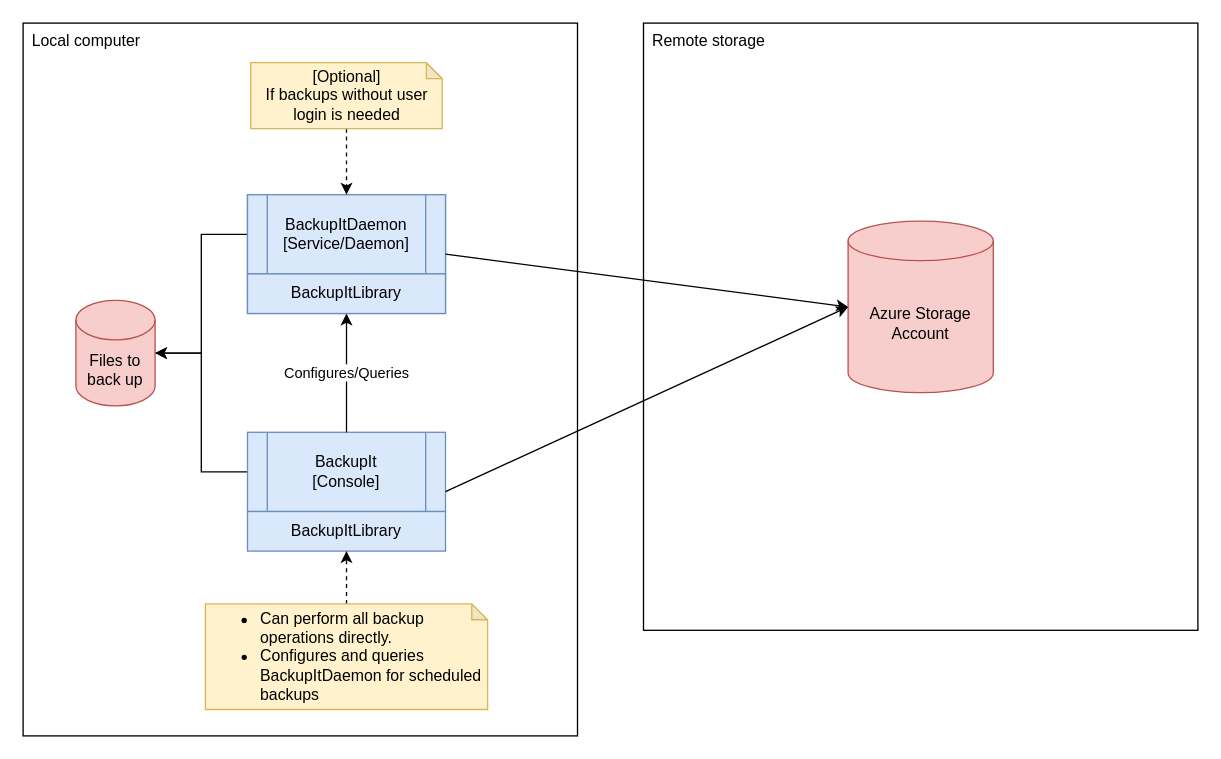
Earlier version of the draw.io diagram page "Context" (1 of 3) of Documents/Design diagrams.drawio (tommysundling/backup-it). Source tidied: cells renumbered, new cells numbered last; positions are measured from the earlier drawing's top-left corner, leaving out a move shared by most shapes. Both pictures are drawn from the tidied source at 132%, with x=0, y=0 at pixel (22, 22).
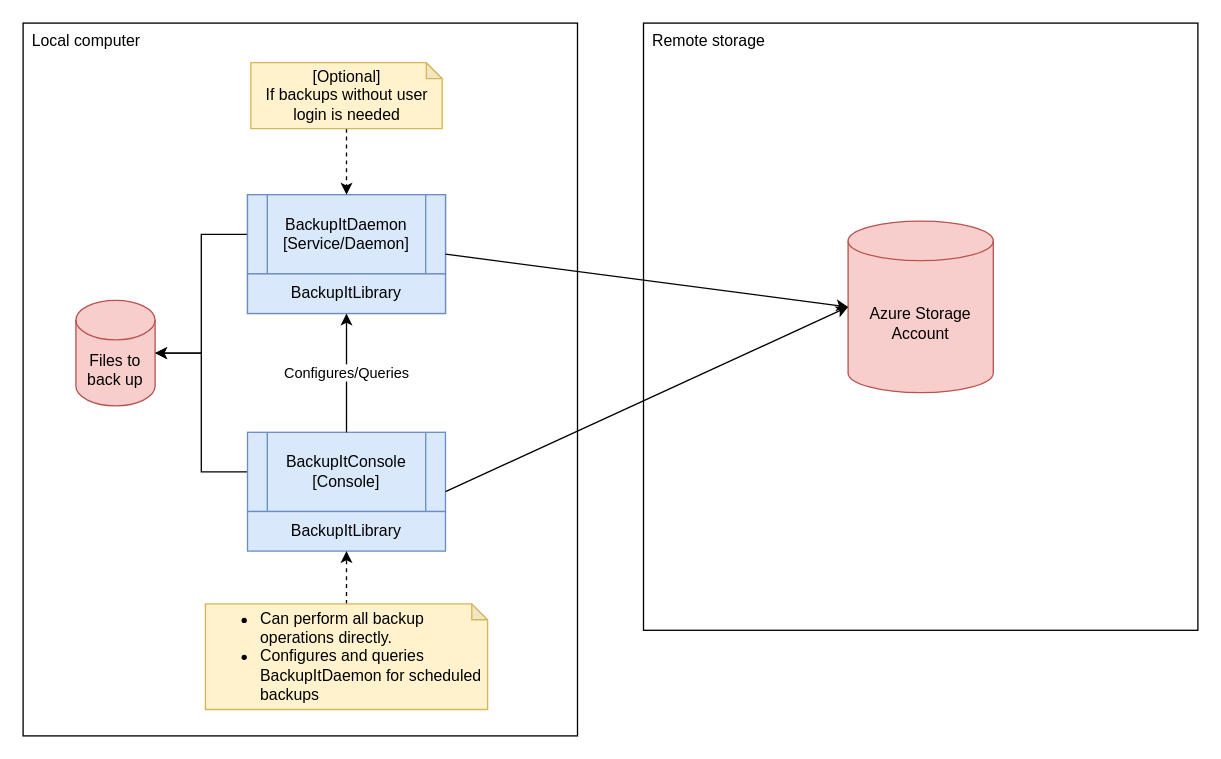
Above is the later version.

Unchanged cells that the change refers to:
```xml
<mxCell id="6" style="group;" parent="1" vertex="1">
  <mxGeometry x="170" y="310" width="150" height="90" as="geometry" />
</mxCell>
```

Diff of the diagram source:
```diff
@@
-    <mxCell id="7" value="BackupIt&lt;br&gt;[Console]" style="shape=process;whiteSpace=wrap;html=1;backgroundOutline=1;align=center;fillColor=#dae8fc;strokeColor=#6c8ebf;" parent="6" vertex="1">
+    <mxCell id="7" value="BackupItConsole&lt;br&gt;[Console]" style="shape=process;whiteSpace=wrap;html=1;backgroundOutline=1;align=center;fillColor=#dae8fc;strokeColor=#6c8ebf;" parent="6" vertex="1">
       <mxGeometry width="150" height="60" as="geometry" />
     </mxCell>
```
